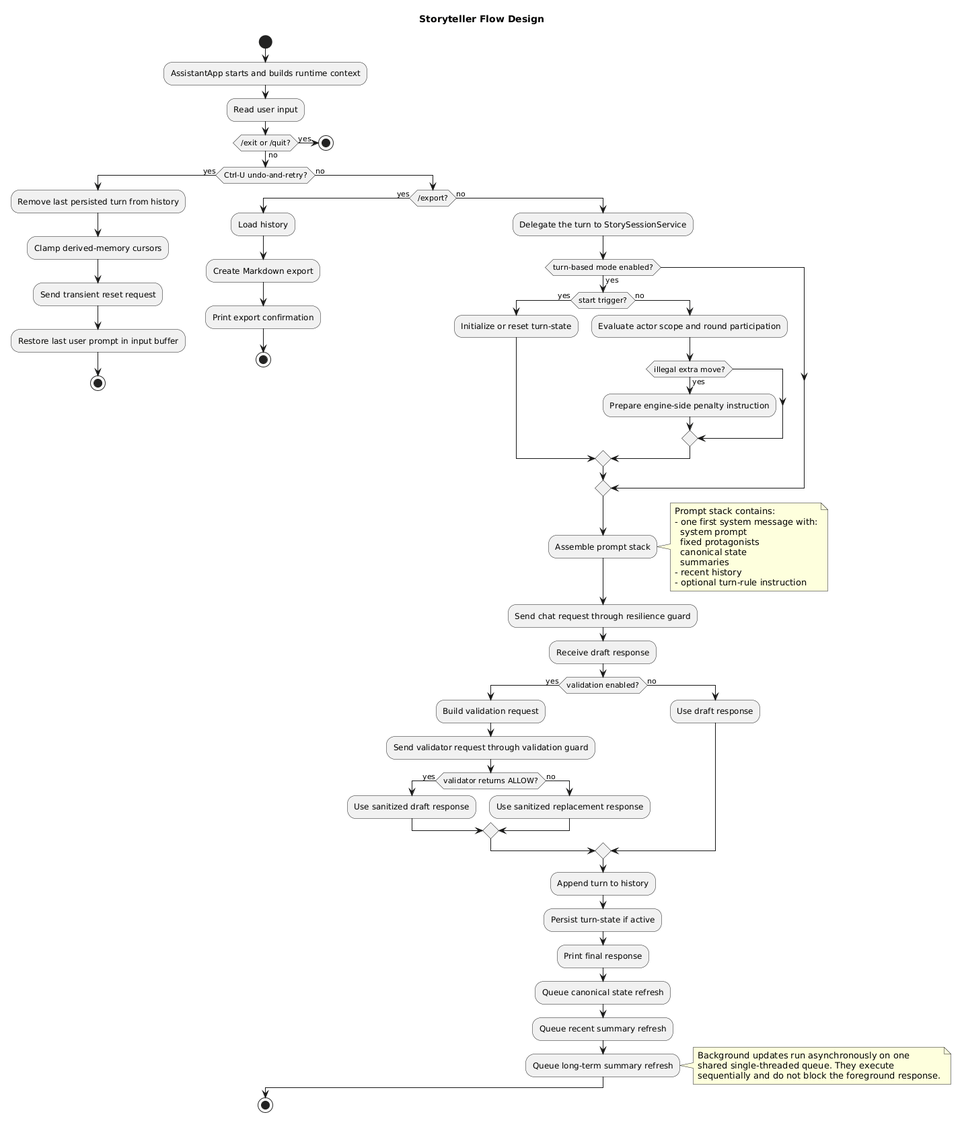
jbrugman/Assistant keeps this PlantUML diagram as docs/architecture/02-storyteller-flow-design.png. Above is the earlier version.
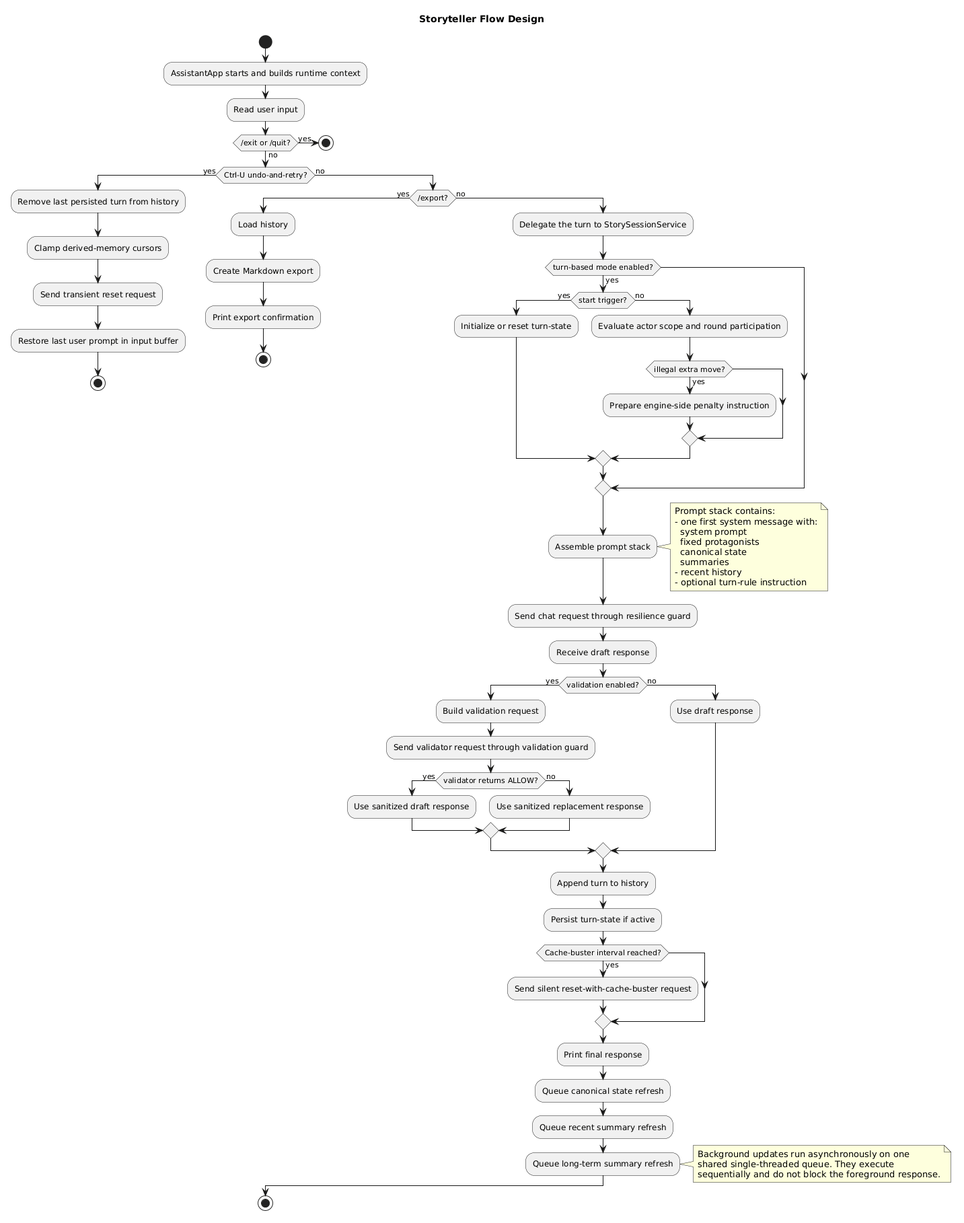
The same diagram one commit later.

Commit message:
Add configurable periodic cache busters

Change to the diagram source:
```diff
@@ -68,6 +68,11 @@
 
       :Append turn to history;
       :Persist turn-state if active;
+
+      if (Cache-buster interval reached?) then (yes)
+        :Send silent reset-with-cache-buster request;
+      endif
+
       :Print final response;
 
       :Queue canonical state refresh;
```
